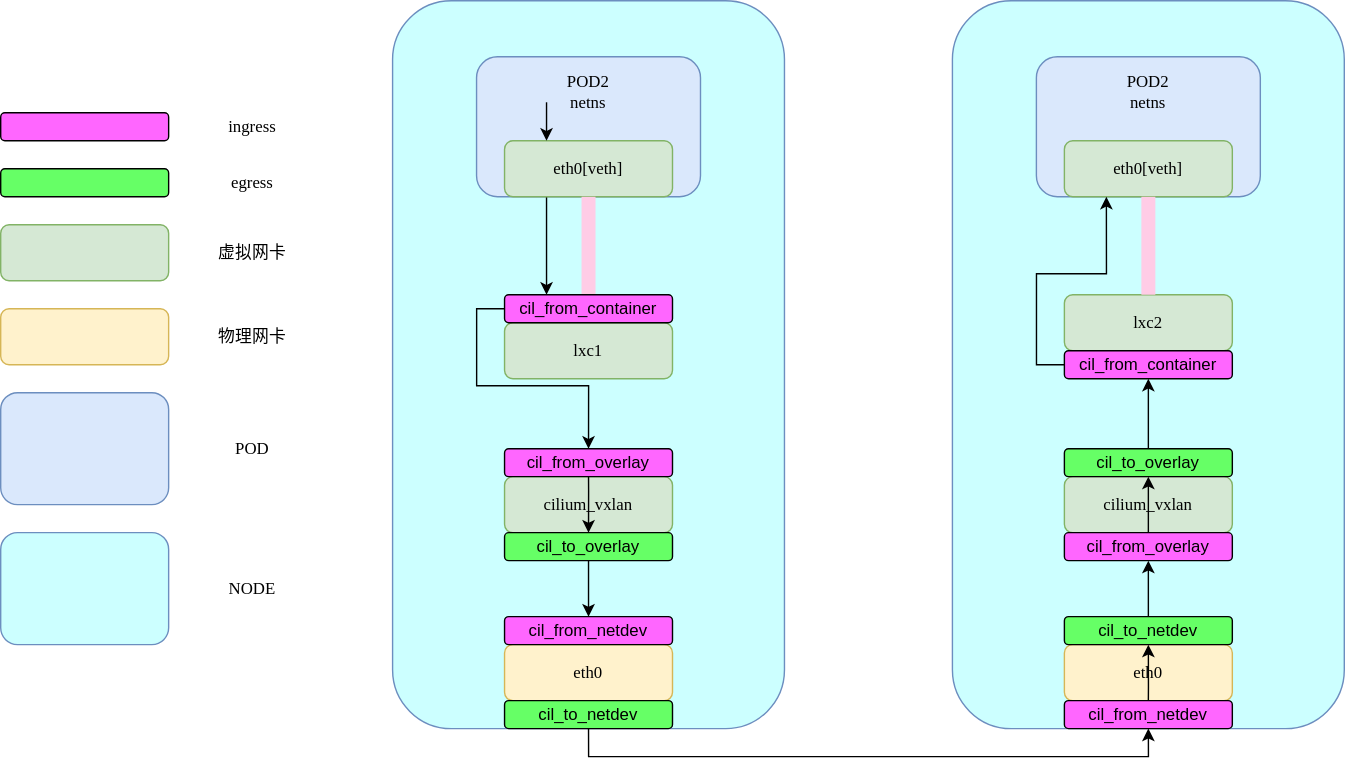
Above: image/cilium_overlay_mode.drawio.svg in SpadedotS/k8s_net_notes (draw.io), before the change. Source tidied: cells renumbered, new cells last; positions are measured from the earlier drawing's top-left corner, leaving out a move shared by most shapes.
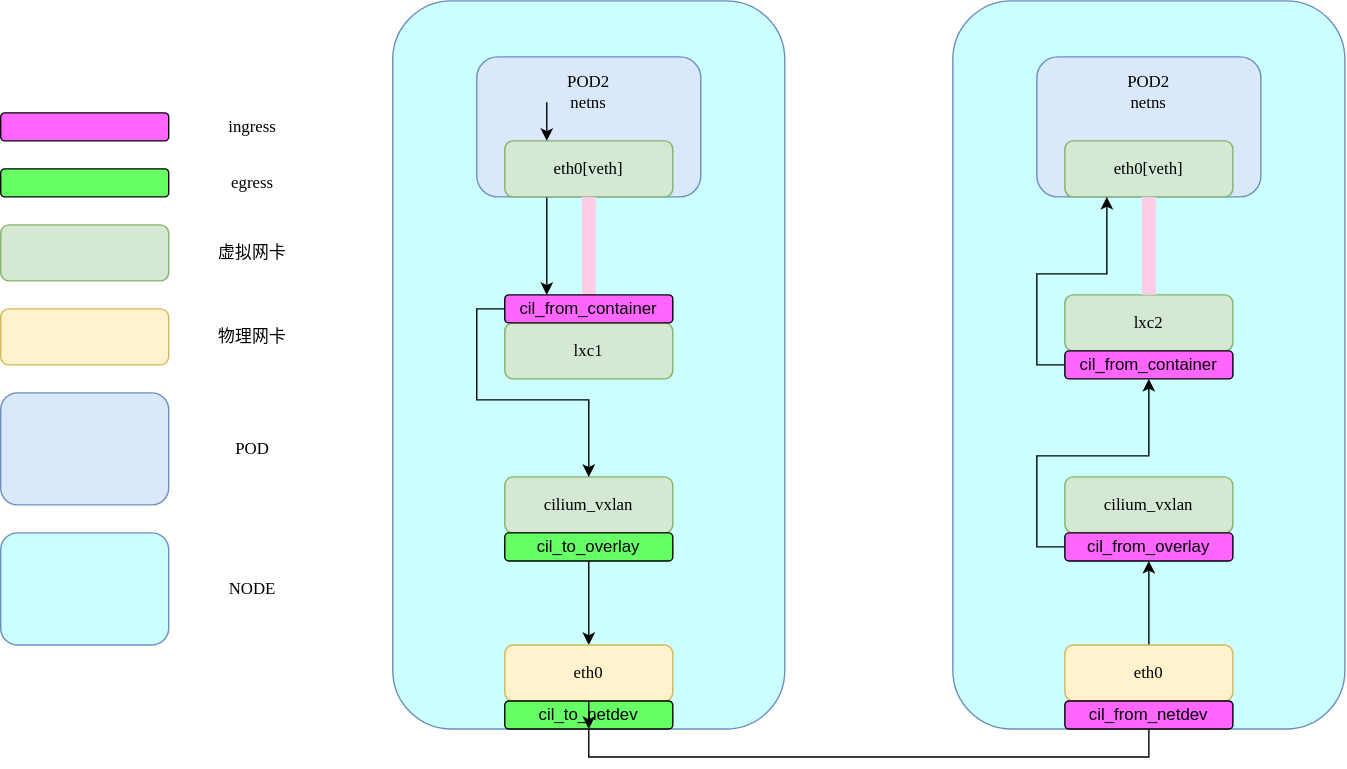
After the change.

Commit message:
Update cilium vxlan datapath

What changed in the source:
```diff
@@ -59,15 +59,12 @@
     <mxCell id="20" value="lxc1" style="rounded=1;whiteSpace=wrap;html=1;fillColor=#d5e8d4;strokeColor=#82b366;fontFamily=Monaco;" parent="1" vertex="1">
       <mxGeometry x="360" y="230" width="120" height="40" as="geometry" />
     </mxCell>
-    <mxCell id="21" style="edgeStyle=orthogonalEdgeStyle;rounded=0;jettySize=auto;html=1;exitX=0.5;exitY=1;exitDx=0;exitDy=0;entryX=0.5;entryY=0;entryDx=0;entryDy=0;fontSize=12;" parent="1" edge="1" source="22" target="42">
+    <mxCell id="21" style="edgeStyle=orthogonalEdgeStyle;rounded=0;jettySize=auto;html=1;exitX=0.5;exitY=1;exitDx=0;exitDy=0;entryX=0.5;entryY=0;entryDx=0;entryDy=0;fontSize=12;" parent="1" edge="1" source="22" target="24">
       <mxGeometry relative="1" as="geometry" />
     </mxCell>
     <mxCell id="22" value="cil_to_overlay" style="rounded=1;whiteSpace=wrap;html=1;fillColor=#66ff66;" parent="1" vertex="1">
       <mxGeometry x="360" y="380" width="120" height="20" as="geometry" />
     </mxCell>
-    <mxCell id="23" value="cil_from_overlay" style="rounded=1;whiteSpace=wrap;html=1;fillColor=#FF66FF;" parent="1" vertex="1">
-      <mxGeometry x="360" y="320" width="120" height="20" as="geometry" />
-    </mxCell>
     <mxCell id="24" value="&lt;font face=&quot;Monaco&quot;&gt;eth0&lt;/font&gt;" style="rounded=1;whiteSpace=wrap;html=1;fillColor=#fff2cc;strokeColor=#d6b656;" parent="1" vertex="1">
       <mxGeometry x="360" y="460" width="120" height="40" as="geometry" />
     </mxCell>
@@ -89,21 +86,21 @@
     <mxCell id="30" value="lxc2" style="rounded=1;whiteSpace=wrap;html=1;fillColor=#d5e8d4;strokeColor=#82b366;fontFamily=Monaco;" parent="1" vertex="1">
       <mxGeometry x="760" y="210" width="120" height="40" as="geometry" />
     </mxCell>
-    <mxCell id="31" style="edgeStyle=orthogonalEdgeStyle;rounded=0;jettySize=auto;html=1;exitX=0.5;exitY=0;exitDx=0;exitDy=0;entryX=0.5;entryY=1;entryDx=0;entryDy=0;fontSize=12;" parent="1" edge="1" source="32" target="34">
-      <mxGeometry relative="1" as="geometry" />
-    </mxCell>
-    <mxCell id="32" value="&lt;span style=&quot;&quot;&gt;cil_to_overlay&lt;/span&gt;" style="rounded=1;whiteSpace=wrap;html=1;fillColor=#66ff66;" parent="1" vertex="1">
-      <mxGeometry x="760" y="320" width="120" height="20" as="geometry" />
-    </mxCell>
     <mxCell id="33" style="edgeStyle=orthogonalEdgeStyle;rounded=0;jettySize=auto;html=1;exitX=0;exitY=0.5;exitDx=0;exitDy=0;entryX=0.25;entryY=1;entryDx=0;entryDy=0;" parent="1" edge="1" source="34" target="28">
       <mxGeometry relative="1" as="geometry" />
     </mxCell>
     <mxCell id="34" value="&lt;span style=&quot;&quot;&gt;cil_from_container&lt;/span&gt;" style="rounded=1;whiteSpace=wrap;html=1;fillColor=#FF66FF;" parent="1" vertex="1">
       <mxGeometry x="760" y="250" width="120" height="20" as="geometry" />
     </mxCell>
+    <mxCell id="52" style="edgeStyle=orthogonalEdgeStyle;rounded=0;jettySize=auto;html=1;exitX=0;exitY=0.5;exitDx=0;exitDy=0;entryX=0.5;entryY=1;entryDx=0;entryDy=0;fontSize=12;" parent="1" edge="1" source="35" target="34">
+      <mxGeometry relative="1" as="geometry" />
+    </mxCell>
     <mxCell id="35" value="&lt;span style=&quot;&quot;&gt;cil_from_overlay&lt;/span&gt;" style="rounded=1;whiteSpace=wrap;html=1;fillColor=#FF66FF;" parent="1" vertex="1">
       <mxGeometry x="760" y="380" width="120" height="20" as="geometry" />
     </mxCell>
+    <mxCell id="53" style="edgeStyle=orthogonalEdgeStyle;rounded=0;jettySize=auto;html=1;exitX=0.5;exitY=0;exitDx=0;exitDy=0;fontSize=12;" parent="1" edge="1" source="36" target="35">
+      <mxGeometry relative="1" as="geometry" />
+    </mxCell>
     <mxCell id="36" value="&lt;font face=&quot;Monaco&quot;&gt;eth0&lt;/font&gt;" style="rounded=1;whiteSpace=wrap;html=1;fillColor=#fff2cc;strokeColor=#d6b656;" parent="1" vertex="1">
       <mxGeometry x="760" y="460" width="120" height="40" as="geometry" />
     </mxCell>
@@ -115,59 +112,29 @@
     <mxCell id="38" style="rounded=0;whiteSpace=wrap;html=1;shadow=0;glass=0;sketch=0;fillColor=#FFCCE6;strokeColor=none;" parent="1" vertex="1">
       <mxGeometry x="415" y="140" width="10" height="90" as="geometry" />
     </mxCell>
-    <mxCell id="39" style="edgeStyle=orthogonalEdgeStyle;rounded=0;jettySize=auto;html=1;exitX=0;exitY=0.5;exitDx=0;exitDy=0;entryX=0.5;entryY=0;entryDx=0;entryDy=0;fontSize=12;" parent="1" edge="1" source="40" target="23">
-      <mxGeometry relative="1" as="geometry" />
-    </mxCell>
+    <mxCell id="54" style="edgeStyle=orthogonalEdgeStyle;rounded=0;jettySize=auto;html=1;exitX=0;exitY=0.5;exitDx=0;exitDy=0;fontSize=12;" parent="1" edge="1" source="40" target="19">
+      <mxGeometry relative="1" as="geometry" />
+    </mxCell>
     <mxCell id="40" value="cil_from_container" style="rounded=1;whiteSpace=wrap;html=1;fillColor=#FF66FF;" parent="1" vertex="1">
       <mxGeometry x="360" y="210" width="120" height="20" as="geometry" />
     </mxCell>
     <mxCell id="41" style="rounded=0;whiteSpace=wrap;html=1;shadow=0;glass=0;sketch=0;fillColor=#FFCCE6;strokeColor=none;" parent="1" vertex="1">
       <mxGeometry x="815" y="140" width="10" height="70" as="geometry" />
     </mxCell>
-    <mxCell id="42" value="cil_from_netdev" style="rounded=1;whiteSpace=wrap;html=1;fillColor=#FF66FF;" parent="1" vertex="1">
-      <mxGeometry x="360" y="440" width="120" height="20" as="geometry" />
-    </mxCell>
-    <mxCell id="43" style="edgeStyle=orthogonalEdgeStyle;rounded=0;jettySize=auto;html=1;exitX=0.5;exitY=1;exitDx=0;exitDy=0;entryX=0.5;entryY=1;entryDx=0;entryDy=0;fontSize=12;" parent="1" edge="1" source="44" target="45">
-      <mxGeometry relative="1" as="geometry" />
-    </mxCell>
+    <mxCell id="55" style="edgeStyle=orthogonalEdgeStyle;rounded=0;jettySize=auto;html=1;exitX=0.5;exitY=1;exitDx=0;exitDy=0;entryX=0.5;entryY=1;entryDx=0;entryDy=0;fontSize=12;" parent="1" edge="1" source="44" target="36">
+      <mxGeometry relative="1" as="geometry" />
+    </mxCell>
     <mxCell id="44" value="cil_to_netdev" style="rounded=1;whiteSpace=wrap;html=1;fillColor=#66ff66;" parent="1" vertex="1">
       <mxGeometry x="360" y="500" width="120" height="20" as="geometry" />
     </mxCell>
-    <mxCell id="45" value="cil_from_netdev" style="rounded=1;whiteSpace=wrap;html=1;fillColor=#FF66FF;" parent="1" vertex="1">
-      <mxGeometry x="760" y="500" width="120" height="20" as="geometry" />
-    </mxCell>
-    <mxCell id="46" style="edgeStyle=orthogonalEdgeStyle;rounded=0;jettySize=auto;html=1;exitX=0.5;exitY=0;exitDx=0;exitDy=0;entryX=0.5;entryY=1;entryDx=0;entryDy=0;fontSize=12;" parent="1" edge="1" source="47" target="35">
-      <mxGeometry relative="1" as="geometry" />
-    </mxCell>
-    <mxCell id="47" value="cil_to_netdev" style="rounded=1;whiteSpace=wrap;html=1;fillColor=#66ff66;" parent="1" vertex="1">
-      <mxGeometry x="760" y="440" width="120" height="20" as="geometry" />
-    </mxCell>
     <mxCell id="48" style="endArrow=classic;html=1;rounded=0;fontSize=12;entryX=0.25;entryY=0;entryDx=0;entryDy=0;exitX=0;exitY=0.75;exitDx=0;exitDy=0;" parent="1" edge="1" source="16" target="18">
       <mxGeometry relative="1" as="geometry" />
     </mxCell>
-    <mxCell id="49" style="edgeStyle=orthogonalEdgeStyle;rounded=0;orthogonalLoop=1;jettySize=auto;html=1;exitX=0.5;exitY=0;exitDx=0;exitDy=0;entryX=0.5;entryY=1;entryDx=0;entryDy=0;fontSize=12;" parent="1" edge="1" source="19" target="19">
-      <mxGeometry relative="1" as="geometry">
-        <Array as="points">
-          <mxPoint x="420" y="350" />
-          <mxPoint x="420" y="350" />
-        </Array>
-      </mxGeometry>
-    </mxCell>
-    <mxCell id="50" style="edgeStyle=orthogonalEdgeStyle;rounded=0;orthogonalLoop=1;jettySize=auto;html=1;exitX=0.5;exitY=1;exitDx=0;exitDy=0;entryX=0.5;entryY=0;entryDx=0;entryDy=0;fontSize=12;" parent="1" edge="1" source="36" target="36">
-      <mxGeometry relative="1" as="geometry">
-        <Array as="points">
-          <mxPoint x="820" y="490" />
-          <mxPoint x="820" y="490" />
-        </Array>
-      </mxGeometry>
-    </mxCell>
-    <mxCell id="51" style="edgeStyle=orthogonalEdgeStyle;rounded=0;orthogonalLoop=1;jettySize=auto;html=1;exitX=0.5;exitY=1;exitDx=0;exitDy=0;entryX=0.5;entryY=0;entryDx=0;entryDy=0;fontSize=12;" parent="1" edge="1" source="29" target="29">
-      <mxGeometry relative="1" as="geometry">
-        <Array as="points">
-          <mxPoint x="820" y="380" />
-          <mxPoint x="820" y="380" />
-        </Array>
-      </mxGeometry>
-    </mxCell>
+    <mxCell id="56" style="edgeStyle=orthogonalEdgeStyle;rounded=0;orthogonalLoop=1;jettySize=auto;html=1;exitX=0.5;exitY=0;exitDx=0;exitDy=0;entryX=0.5;entryY=1;entryDx=0;entryDy=0;fontSize=12;" parent="1" edge="1" source="44" target="44">
+      <mxGeometry relative="1" as="geometry" />
+    </mxCell>
+    <mxCell id="57" value="&lt;span style=&quot;&quot;&gt;cil_from_netdev&lt;/span&gt;" style="rounded=1;whiteSpace=wrap;html=1;fillColor=#FF66FF;" parent="1" vertex="1">
+      <mxGeometry x="760" y="500" width="120" height="20" as="geometry" />
+    </mxCell>
   </root>
 </mxGraphModel>
```
